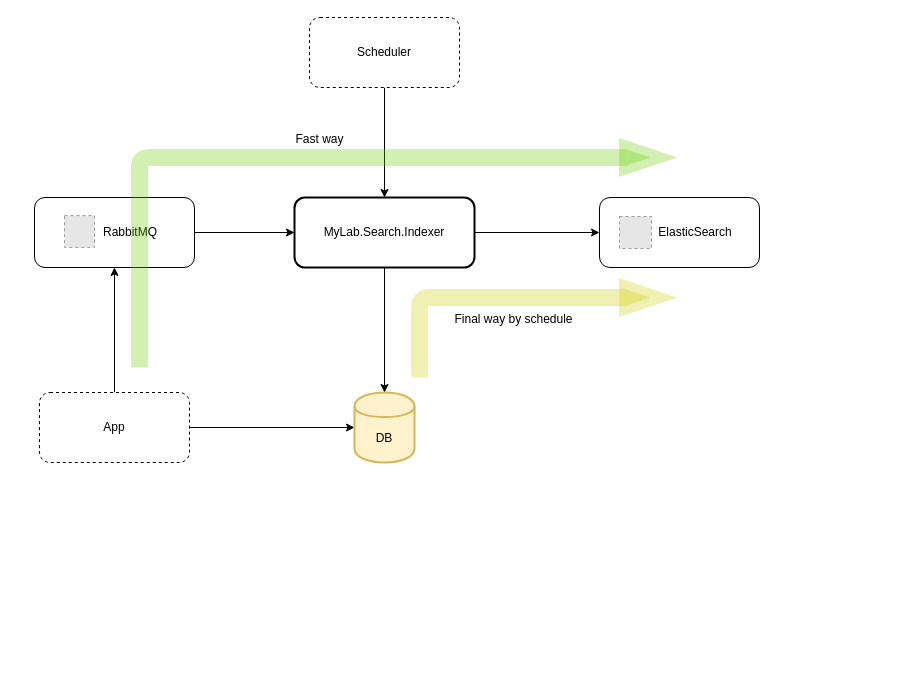
mylab-search-framework/indexer keeps this draw.io diagram as doс/mylab-search-index.drawio. Above is the earlier version. Source tidied: cells renumbered, new cells numbered last; positions are measured from the earlier drawing's top-left corner, leaving out a move shared by most shapes. Both pictures are drawn from the tidied source at 100%, with x=0, y=0 at pixel (34, 17). Pictures stored in the file or linked from it are replaced by grey dashed boxes.
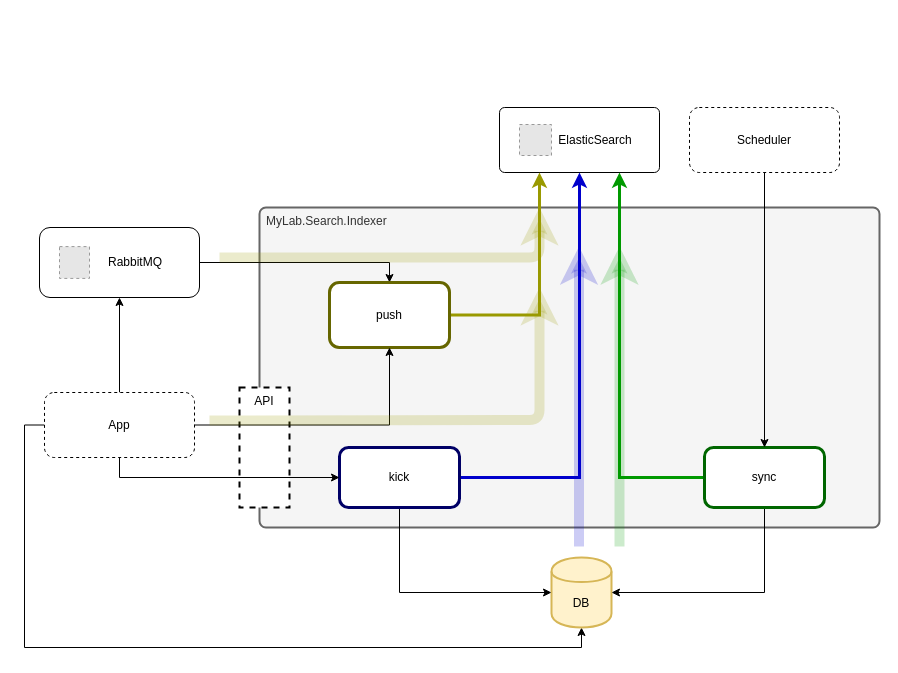
The same page after the edit.

Change to the diagram source:
```diff
@@
-    <mxCell id="2" style="edgeStyle=orthogonalEdgeStyle;rounded=0;jettySize=auto;html=1;entryX=0.5;entryY=0;entryDx=0;entryDy=0;" parent="1" edge="1" source="3" target="10">
-      <mxGeometry relative="1" as="geometry" />
-    </mxCell>
     <mxCell id="3" value="Scheduler" style="rounded=1;whiteSpace=wrap;html=1;dashed=1;" parent="1" vertex="1">
-      <mxGeometry x="275" width="150" height="70" as="geometry" />
+      <mxGeometry x="655" y="90" width="150" height="65" as="geometry" />
     </mxCell>
+    <mxCell id="5" style="edgeStyle=orthogonalEdgeStyle;rounded=0;jettySize=auto;html=1;entryX=0.5;entryY=1;entryDx=0;entryDy=0;fontSize=12;fontColor=#000000;" parent="1" edge="1" source="6" target="14">
+      <mxGeometry relative="1" as="geometry" />
+    </mxCell>
-    <mxCell id="4" style="edgeStyle=orthogonalEdgeStyle;rounded=0;jettySize=auto;html=1;entryX=0;entryY=0.5;entryDx=0;entryDy=0;" parent="1" edge="1" source="6" target="7">
+    <mxCell id="4" style="edgeStyle=orthogonalEdgeStyle;rounded=0;jettySize=auto;html=1;entryX=0.5;entryY=1;entryDx=0;entryDy=0;exitX=0;exitY=0.5;exitDx=0;exitDy=0;" parent="1" edge="1" source="6" target="7">
       <mxGeometry relative="1" as="geometry" />
     </mxCell>
-    <mxCell id="5" style="edgeStyle=orthogonalEdgeStyle;rounded=0;jettySize=auto;html=1;entryX=0.5;entryY=1;entryDx=0;entryDy=0;fontSize=12;fontColor=#000000;" parent="1" edge="1" source="6" target="14">
-      <mxGeometry relative="1" as="geometry" />
-    </mxCell>
     <mxCell id="6" value="App" style="rounded=1;whiteSpace=wrap;html=1;dashed=1;" parent="1" vertex="1">
-      <mxGeometry x="5" y="375" width="150" height="70" as="geometry" />
+      <mxGeometry x="10" y="375" width="150" height="65" as="geometry" />
     </mxCell>
     <mxCell id="7" value="DB" style="shape=cylinder;whiteSpace=wrap;html=1;boundedLbl=1;backgroundOutline=1;fillColor=#fff2cc;strokeColor=#d6b656;strokeWidth=2;" parent="1" vertex="1">
-      <mxGeometry x="320" y="375" width="60" height="70" as="geometry" />
+      <mxGeometry x="517" y="540" width="60" height="70" as="geometry" />
     </mxCell>
-    <mxCell id="8" style="edgeStyle=orthogonalEdgeStyle;rounded=0;jettySize=auto;html=1;" parent="1" edge="1" source="10" target="7">
-      <mxGeometry relative="1" as="geometry" />
-    </mxCell>
-    <mxCell id="9" style="edgeStyle=orthogonalEdgeStyle;rounded=0;jettySize=auto;html=1;" parent="1" edge="1" source="10" target="11">
-      <mxGeometry relative="1" as="geometry" />
-    </mxCell>
-    <mxCell id="10" value="MyLab.Search.Indexer" style="rounded=1;whiteSpace=wrap;html=1;strokeWidth=2;" parent="1" vertex="1">
-      <mxGeometry x="260" y="180" width="180" height="70" as="geometry" />
+    <mxCell id="10" value="MyLab.Search.Indexer" style="rounded=1;whiteSpace=wrap;html=1;strokeWidth=2;verticalAlign=top;arcSize=2;align=left;spacingLeft=5;fillColor=#f5f5f5;strokeColor=#666666;fontColor=#333333;" parent="1" vertex="1">
+      <mxGeometry x="225" y="190" width="620" height="320" as="geometry" />
     </mxCell>
-    <mxCell id="11" value="ElasticSearch" style="rounded=1;whiteSpace=wrap;html=1;spacingLeft=32;" parent="1" vertex="1">
-      <mxGeometry x="565" y="180" width="160" height="70" as="geometry" />
+    <mxCell id="11" value="ElasticSearch" style="rounded=1;whiteSpace=wrap;html=1;spacingLeft=32;arcSize=8;" parent="1" vertex="1">
+      <mxGeometry x="465" y="90" width="160" height="65" as="geometry" />
     </mxCell>
     <mxCell id="12" style="fillColor=#E6E6E6;strokeColor=#999999;dashed=1;" parent="1" vertex="1">
-      <mxGeometry x="585" y="199" width="32" height="32" as="geometry" />
+      <mxGeometry x="485" y="107" width="32" height="31" as="geometry" />
     </mxCell>
-    <mxCell id="13" style="edgeStyle=orthogonalEdgeStyle;rounded=0;jettySize=auto;html=1;entryX=0;entryY=0.5;entryDx=0;entryDy=0;fontSize=19;fontColor=#f0bf19;" parent="1" edge="1" source="14" target="10">
-      <mxGeometry relative="1" as="geometry" />
-    </mxCell>
+    <mxCell id="20" style="edgeStyle=orthogonalEdgeStyle;rounded=0;jettySize=auto;html=1;entryX=0.5;entryY=0;entryDx=0;entryDy=0;" parent="1" edge="1" source="14" target="30">
+      <mxGeometry relative="1" as="geometry" />
+    </mxCell>
     <mxCell id="14" value="RabbitMQ" style="rounded=1;whiteSpace=wrap;html=1;spacingLeft=32;" parent="1" vertex="1">
-      <mxGeometry y="180" width="160" height="70" as="geometry" />
+      <mxGeometry x="5" y="210" width="160" height="70" as="geometry" />
     </mxCell>
     <mxCell id="15" style="fillColor=#E6E6E6;strokeColor=#999999;dashed=1;" parent="1" vertex="1">
-      <mxGeometry x="30" y="198.1" width="30" height="31.8" as="geometry" />
+      <mxGeometry x="25" y="229.1" width="30" height="31.8" as="geometry" />
     </mxCell>
-    <mxCell id="16" style="endArrow=blockThin;html=1;fontSize=12;fontColor=#000000;strokeWidth=17;opacity=30;endFill=1;strokeColor=#66CC00;" parent="1" edge="1">
-      <mxGeometry relative="1" as="geometry">
-        <mxPoint x="105" y="350" as="sourcePoint" />
-        <mxPoint x="635" y="140" as="targetPoint" />
-        <Array as="points">
-          <mxPoint x="105" y="140" />
-        </Array>
-      </mxGeometry>
-    </mxCell>
-    <mxCell id="17" value="Fast way" style="text;html=1;align=center;verticalAlign=bottom;labelBackgroundColor=#ffffff;fontSize=12;fontColor=#000000;labelPosition=center;verticalLabelPosition=top;" parent="16" vertex="1">
-      <mxGeometry x="0.05" y="10" relative="1" as="geometry" />
-    </mxCell>
-    <mxCell id="18" style="endArrow=blockThin;fontSize=12;fontColor=#000000;strokeWidth=17;opacity=30;endFill=1;strokeColor=#CCCC00;html=1;labelPosition=center;verticalLabelPosition=bottom;align=center;verticalAlign=top;" parent="1" edge="1">
-      <mxGeometry relative="1" as="geometry">
-        <mxPoint x="385" y="360" as="sourcePoint" />
-        <mxPoint x="635" y="280" as="targetPoint" />
-        <Array as="points">
-          <mxPoint x="385" y="320" />
-          <mxPoint x="385" y="280" />
-        </Array>
-      </mxGeometry>
-    </mxCell>
-    <mxCell id="19" value="Final&amp;nbsp;way by schedule" style="text;html=1;align=center;verticalAlign=bottom;labelBackgroundColor=#ffffff;fontSize=12;fontColor=#000000;labelPosition=center;verticalLabelPosition=top;" parent="18" vertex="1">
-      <mxGeometry x="0.05" y="10" relative="1" as="geometry">
-        <mxPoint y="40" as="offset" />
-      </mxGeometry>
-    </mxCell>
+    <mxCell id="21" style="edgeStyle=orthogonalEdgeStyle;rounded=0;jettySize=auto;html=1;entryX=1;entryY=0.5;entryDx=0;entryDy=0;exitX=0.5;exitY=1;exitDx=0;exitDy=0;" parent="1" edge="1" source="23" target="7">
+      <mxGeometry relative="1" as="geometry" />
+    </mxCell>
+    <mxCell id="22" style="edgeStyle=orthogonalEdgeStyle;rounded=0;jettySize=auto;html=1;entryX=0.75;entryY=1;entryDx=0;entryDy=0;strokeColor=#009900;strokeWidth=3;" parent="1" edge="1" source="23" target="11">
+      <mxGeometry relative="1" as="geometry" />
+    </mxCell>
+    <mxCell id="23" value="sync" style="rounded=1;whiteSpace=wrap;html=1;strokeColor=#006600;strokeWidth=3;" parent="1" vertex="1">
+      <mxGeometry x="670" y="430" width="120" height="60" as="geometry" />
+    </mxCell>
+    <mxCell id="24" style="edgeStyle=orthogonalEdgeStyle;rounded=0;jettySize=auto;html=1;entryX=0;entryY=0.5;entryDx=0;entryDy=0;exitX=0.5;exitY=1;exitDx=0;exitDy=0;" parent="1" edge="1" source="26" target="7">
+      <mxGeometry relative="1" as="geometry" />
+    </mxCell>
+    <mxCell id="25" style="edgeStyle=orthogonalEdgeStyle;rounded=0;jettySize=auto;html=1;entryX=0.5;entryY=1;entryDx=0;entryDy=0;strokeColor=#0000CC;strokeWidth=3;" parent="1" edge="1" source="26" target="11">
+      <mxGeometry relative="1" as="geometry" />
+    </mxCell>
+    <mxCell id="26" value="kick" style="rounded=1;whiteSpace=wrap;html=1;strokeColor=#000066;strokeWidth=3;" parent="1" vertex="1">
+      <mxGeometry x="305" y="430" width="120" height="60" as="geometry" />
+    </mxCell>
+    <mxCell id="27" value="API" style="rounded=0;whiteSpace=wrap;html=1;verticalAlign=top;dashed=1;strokeWidth=2;" parent="1" vertex="1">
+      <mxGeometry x="205" y="370" width="50" height="120" as="geometry" />
+    </mxCell>
+    <mxCell id="28" style="edgeStyle=orthogonalEdgeStyle;rounded=0;jettySize=auto;html=1;entryX=0.5;entryY=0;entryDx=0;entryDy=0;" parent="1" edge="1" source="3" target="23">
+      <mxGeometry relative="1" as="geometry" />
+    </mxCell>
+    <mxCell id="29" style="edgeStyle=orthogonalEdgeStyle;rounded=0;jettySize=auto;html=1;entryX=0.25;entryY=1;entryDx=0;entryDy=0;strokeColor=#999900;strokeWidth=3;" parent="1" edge="1" source="30" target="11">
+      <mxGeometry relative="1" as="geometry" />
+    </mxCell>
+    <mxCell id="30" value="push" style="rounded=1;whiteSpace=wrap;html=1;strokeColor=#666600;strokeWidth=3;" parent="1" vertex="1">
+      <mxGeometry x="295" y="265" width="120" height="65" as="geometry" />
+    </mxCell>
+    <mxCell id="31" style="edgeStyle=orthogonalEdgeStyle;rounded=0;jettySize=auto;html=1;exitX=0.5;exitY=1;exitDx=0;exitDy=0;entryX=0;entryY=0.5;entryDx=0;entryDy=0;" parent="1" edge="1" source="6" target="26">
+      <mxGeometry relative="1" as="geometry" />
+    </mxCell>
+    <mxCell id="32" style="edgeStyle=orthogonalEdgeStyle;rounded=0;jettySize=auto;html=1;entryX=0.5;entryY=1;entryDx=0;entryDy=0;exitX=1;exitY=0.5;exitDx=0;exitDy=0;" parent="1" edge="1" source="6" target="30">
+      <mxGeometry relative="1" as="geometry" />
+    </mxCell>
+    <mxCell id="33" style="endArrow=classic;html=1;strokeColor=#009900;strokeWidth=10;opacity=20;" parent="1" edge="1">
+      <mxGeometry relative="1" as="geometry">
+        <mxPoint x="585" y="529.1" as="sourcePoint" />
+        <mxPoint x="585" y="229.1" as="targetPoint" />
+      </mxGeometry>
+    </mxCell>
+    <mxCell id="34" style="endArrow=classic;html=1;strokeColor=#0000CC;strokeWidth=10;opacity=20;" parent="1" edge="1">
+      <mxGeometry relative="1" as="geometry">
+        <mxPoint x="544.5" y="529.1" as="sourcePoint" />
+        <mxPoint x="544.5" y="229.1" as="targetPoint" />
+      </mxGeometry>
+    </mxCell>
+    <mxCell id="35" style="endArrow=classic;html=1;strokeColor=#999900;strokeWidth=10;opacity=20;" parent="1" edge="1">
+      <mxGeometry relative="1" as="geometry">
+        <mxPoint x="185" y="240" as="sourcePoint" />
+        <mxPoint x="505" y="190" as="targetPoint" />
+        <Array as="points">
+          <mxPoint x="505" y="240" />
+        </Array>
+      </mxGeometry>
+    </mxCell>
+    <mxCell id="36" style="endArrow=classic;html=1;strokeColor=#999900;strokeWidth=10;opacity=20;" parent="1" edge="1">
+      <mxGeometry relative="1" as="geometry">
+        <mxPoint x="175" y="403" as="sourcePoint" />
+        <mxPoint x="505" y="270" as="targetPoint" />
+        <Array as="points">
+          <mxPoint x="505" y="402.5" />
+        </Array>
+      </mxGeometry>
+    </mxCell>
```
